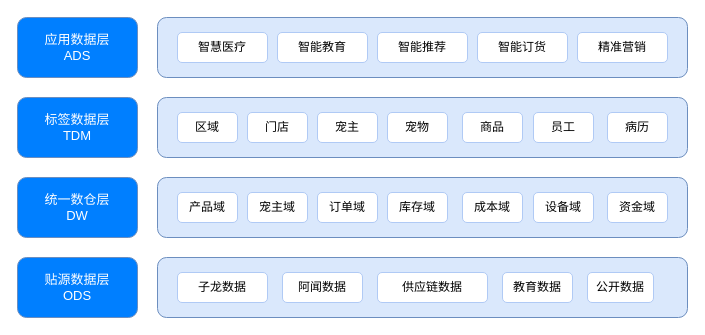
fangzheng0518/draw keeps this draw.io diagram as page "数据体系建设" (3 of 4) of pet_data_warehouse/数据中台架构图.drawio. Above is the earlier version. Source tidied: cells renumbered, new cells numbered last; positions are measured from the earlier drawing's top-left corner, leaving out a move shared by most shapes. Both pictures are drawn from the tidied source at 100%, with x=0, y=0 at pixel (17, 17).
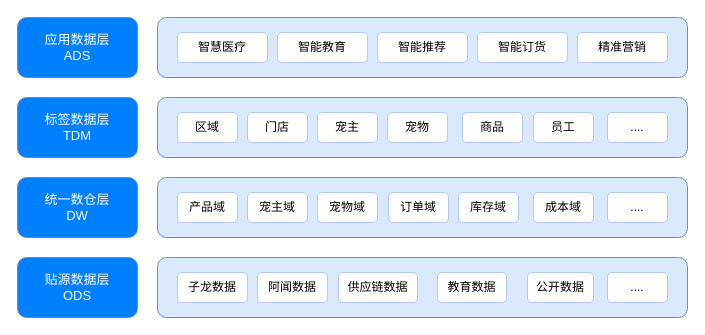
After the change.

Commit message:
更新数据中台架构图.drawio

Diff of the diagram source:
```diff
@@
-    <mxCell id="18" value="病历" style="rounded=1;whiteSpace=wrap;html=1;strokeColor=#B0CAF5;strokeWidth=1;align=center;fillColor=#FFFFFF;" parent="1" vertex="1">
-      <mxGeometry x="590" y="95" width="60" height="30" as="geometry" />
-    </mxCell>
@@
     <mxCell id="22" value="订单域" style="rounded=1;whiteSpace=wrap;html=1;strokeColor=#B0CAF5;strokeWidth=1;align=center;fillColor=#FFFFFF;" parent="1" vertex="1">
-      <mxGeometry x="300" y="175" width="60" height="30" as="geometry" />
+      <mxGeometry x="371" y="175" width="60" height="30" as="geometry" />
     </mxCell>
     <mxCell id="23" value="库存域" style="rounded=1;whiteSpace=wrap;html=1;strokeColor=#B0CAF5;strokeWidth=1;align=center;fillColor=#FFFFFF;" parent="1" vertex="1">
-      <mxGeometry x="370" y="175" width="60" height="30" as="geometry" />
+      <mxGeometry x="441" y="175" width="60" height="30" as="geometry" />
     </mxCell>
     <mxCell id="24" value="成本域" style="rounded=1;whiteSpace=wrap;html=1;strokeColor=#B0CAF5;strokeWidth=1;align=center;fillColor=#FFFFFF;" parent="1" vertex="1">
-      <mxGeometry x="445" y="175" width="60" height="30" as="geometry" />
+      <mxGeometry x="516" y="175" width="60" height="30" as="geometry" />
     </mxCell>
-    <mxCell id="25" value="设备域" style="rounded=1;whiteSpace=wrap;html=1;strokeColor=#B0CAF5;strokeWidth=1;align=center;fillColor=#FFFFFF;" parent="1" vertex="1">
-      <mxGeometry x="516" y="175" width="60" height="30" as="geometry" />
+    <mxCell id="25" value="宠物域" style="rounded=1;whiteSpace=wrap;html=1;strokeColor=#B0CAF5;strokeWidth=1;align=center;fillColor=#FFFFFF;" parent="1" vertex="1">
+      <mxGeometry x="300" y="175" width="60" height="30" as="geometry" />
     </mxCell>
-    <mxCell id="26" value="资金域" style="rounded=1;whiteSpace=wrap;html=1;strokeColor=#B0CAF5;strokeWidth=1;align=center;fillColor=#FFFFFF;" parent="1" vertex="1">
+    <mxCell id="26" value="...." style="rounded=1;whiteSpace=wrap;html=1;strokeColor=#B0CAF5;strokeWidth=1;align=center;fillColor=#FFFFFF;" parent="1" vertex="1">
       <mxGeometry x="590" y="175" width="60" height="30" as="geometry" />
     </mxCell>
@@
     <mxCell id="29" value="阿闻数据" style="rounded=1;whiteSpace=wrap;html=1;strokeColor=#B0CAF5;strokeWidth=1;align=center;fillColor=#FFFFFF;" parent="1" vertex="1">
-      <mxGeometry x="265" y="255" width="80" height="30" as="geometry" />
+      <mxGeometry x="240" y="255" width="70" height="30" as="geometry" />
     </mxCell>
     <mxCell id="30" value="供应链数据" style="rounded=1;whiteSpace=wrap;html=1;strokeColor=#B0CAF5;strokeWidth=1;align=center;fillColor=#FFFFFF;" parent="1" vertex="1">
-      <mxGeometry x="360" y="255" width="110" height="30" as="geometry" />
+      <mxGeometry x="321" y="255" width="79" height="30" as="geometry" />
     </mxCell>
     <mxCell id="31" value="教育数据" style="rounded=1;whiteSpace=wrap;html=1;strokeColor=#B0CAF5;strokeWidth=1;align=center;fillColor=#FFFFFF;" parent="1" vertex="1">
-      <mxGeometry x="485" y="255" width="70" height="30" as="geometry" />
+      <mxGeometry x="420" y="255" width="69" height="30" as="geometry" />
     </mxCell>
     <mxCell id="32" value="公开数据" style="rounded=1;whiteSpace=wrap;html=1;strokeColor=#B0CAF5;strokeWidth=1;align=center;fillColor=#FFFFFF;" parent="1" vertex="1">
-      <mxGeometry x="570" y="255" width="66" height="30" as="geometry" />
+      <mxGeometry x="510" y="255" width="66" height="30" as="geometry" />
     </mxCell>
     <mxCell id="33" value="子龙数据" style="rounded=1;whiteSpace=wrap;html=1;strokeColor=#B0CAF5;strokeWidth=1;align=center;fillColor=#FFFFFF;" parent="1" vertex="1">
-      <mxGeometry x="160" y="255" width="90" height="30" as="geometry" />
+      <mxGeometry x="160" y="255" width="70" height="30" as="geometry" />
     </mxCell>
+    <mxCell id="34" value="...." style="rounded=1;whiteSpace=wrap;html=1;strokeColor=#B0CAF5;strokeWidth=1;align=center;fillColor=#FFFFFF;" parent="1" vertex="1">
+      <mxGeometry x="590" y="95" width="60" height="30" as="geometry" />
+    </mxCell>
+    <mxCell id="35" value="...." style="rounded=1;whiteSpace=wrap;html=1;strokeColor=#B0CAF5;strokeWidth=1;align=center;fillColor=#FFFFFF;" parent="1" vertex="1">
+      <mxGeometry x="590" y="255" width="60" height="30" as="geometry" />
+    </mxCell>
```
